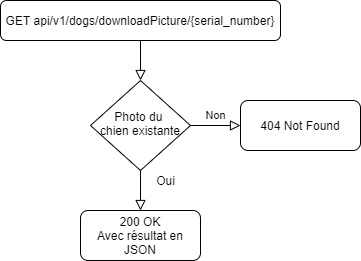
Above: documentation/diagram/drawio/flowchartDownloadDogPicture.png in jonathanboreljaquet/bj-travail-diplome-2021 (draw.io), before the change. Source tidied: cells renumbered, new cells last; positions are measured from the earlier drawing's top-left corner, leaving out a move shared by most shapes. Its diagram source:
```xml
<mxGraphModel>
  <root>
    <mxCell id="0" />
    <mxCell id="1" parent="0" />
    <mxCell id="2" value="GET api/v1/dogs/downloadPicture/{serial_number}" style="rounded=1;whiteSpace=wrap;html=1;fontSize=12;glass=0;strokeWidth=1;shadow=0;" parent="1" vertex="1">
      <mxGeometry width="280" height="40" as="geometry" />
    </mxCell>
    <mxCell id="3" style="rounded=0;html=1;jettySize=auto;orthogonalLoop=1;fontSize=11;endArrow=block;endFill=0;endSize=8;strokeWidth=1;shadow=0;labelBackgroundColor=none;edgeStyle=orthogonalEdgeStyle;" parent="1" edge="1">
      <mxGeometry relative="1" as="geometry">
        <mxPoint x="140" y="40" as="sourcePoint" />
        <mxPoint x="140" y="80" as="targetPoint" />
      </mxGeometry>
    </mxCell>
    <mxCell id="4" value="Non" style="edgeStyle=orthogonalEdgeStyle;rounded=0;html=1;jettySize=auto;fontSize=11;endArrow=block;endFill=0;endSize=8;strokeWidth=1;shadow=0;labelBackgroundColor=none;" parent="1" edge="1" target="5">
      <mxGeometry y="10" relative="1" as="geometry">
        <mxPoint x="190" y="125" as="sourcePoint" />
      </mxGeometry>
    </mxCell>
    <mxCell id="5" value="404 Not Found" style="rounded=1;whiteSpace=wrap;html=1;fontSize=12;glass=0;strokeWidth=1;shadow=0;" parent="1" vertex="1">
      <mxGeometry x="240" y="100" width="120" height="50" as="geometry" />
    </mxCell>
    <mxCell id="6" style="rounded=0;html=1;jettySize=auto;orthogonalLoop=1;fontSize=11;endArrow=block;endFill=0;endSize=8;strokeWidth=1;shadow=0;labelBackgroundColor=none;edgeStyle=orthogonalEdgeStyle;" parent="1" edge="1">
      <mxGeometry relative="1" as="geometry">
        <mxPoint x="140" y="170" as="sourcePoint" />
        <mxPoint x="140" y="210" as="targetPoint" />
      </mxGeometry>
    </mxCell>
    <mxCell id="7" value="200 OK&lt;br&gt;Avec résultat en JSON" style="rounded=1;whiteSpace=wrap;html=1;fontSize=12;glass=0;strokeWidth=1;shadow=0;" parent="1" vertex="1">
      <mxGeometry x="80" y="210" width="120" height="50" as="geometry" />
    </mxCell>
    <mxCell id="8" value="Oui" style="text;html=1;align=center;verticalAlign=middle;strokeColor=none;" parent="1" vertex="1">
      <mxGeometry x="150" y="170" width="30" height="20" as="geometry" />
    </mxCell>
    <mxCell id="9" value="Photo du &lt;br&gt;chien existante" style="rhombus;whiteSpace=wrap;html=1;shadow=0;fontFamily=Helvetica;fontSize=12;align=center;strokeWidth=1;spacing=6;spacingTop=-4;" parent="1" vertex="1">
      <mxGeometry x="90" y="80" width="100" height="90" as="geometry" />
    </mxCell>
  </root>
</mxGraphModel>
```
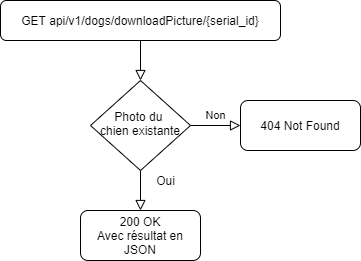
The same diagram one commit later.

What changed in the source:
```diff
@@ -2,7 +2,7 @@
   <root>
     <mxCell id="0" />
     <mxCell id="1" parent="0" />
-    <mxCell id="2" value="GET api/v1/dogs/downloadPicture/{serial_number}" style="rounded=1;whiteSpace=wrap;html=1;fontSize=12;glass=0;strokeWidth=1;shadow=0;" parent="1" vertex="1">
+    <mxCell id="2" value="GET api/v1/dogs/downloadPicture/{serial_id}" style="rounded=1;whiteSpace=wrap;html=1;fontSize=12;glass=0;strokeWidth=1;shadow=0;" parent="1" vertex="1">
       <mxGeometry width="280" height="40" as="geometry" />
     </mxCell>
     <mxCell id="3" style="rounded=0;html=1;jettySize=auto;orthogonalLoop=1;fontSize=11;endArrow=block;endFill=0;endSize=8;strokeWidth=1;shadow=0;labelBackgroundColor=none;edgeStyle=orthogonalEdgeStyle;" parent="1" edge="1">
```
